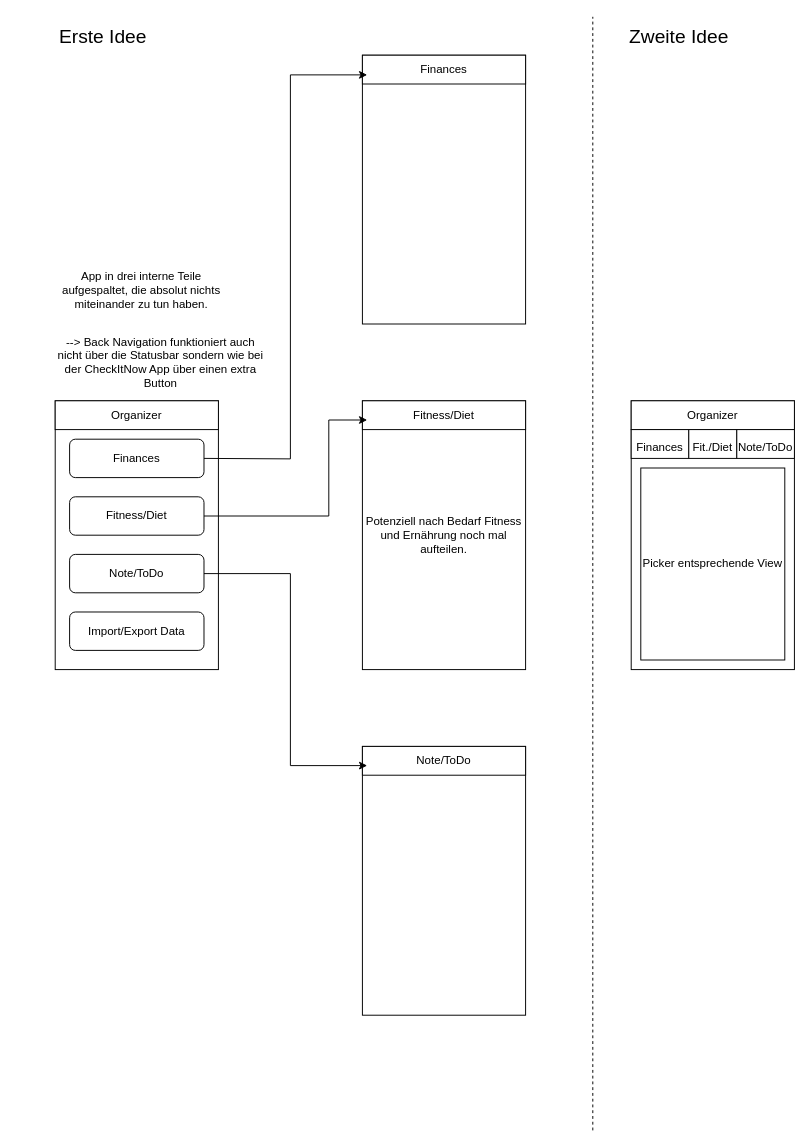
Earlier version of the draw.io diagram Organizer/StartOrganizer.drawio (CoffeePurrson/DrawFiles). Source tidied: cells renumbered, new cells numbered last; positions are measured from the earlier drawing's top-left corner, leaving out a move shared by most shapes. Both pictures are drawn from the tidied source at 96%, with x=0, y=0 at pixel (16, 16).
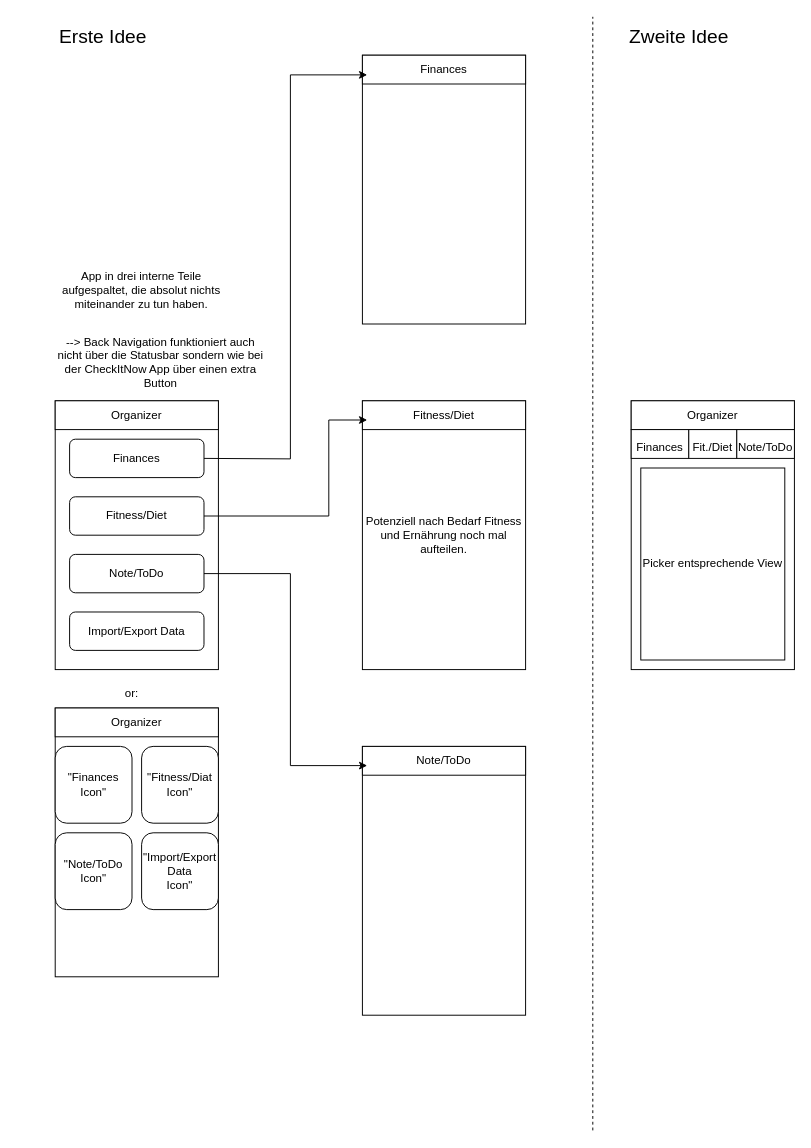
The same diagram, later.

Commit message (it also covers changes not shown here):
Added another possible start view

Diff of the diagram source:
```diff
@@
+    <mxCell id="28" style="rounded=0;whiteSpace=wrap;html=1;" parent="1" vertex="1">
+      <mxGeometry x="40" y="720" width="170" height="280" as="geometry" />
+    </mxCell>
+    <mxCell id="29" value="or:" style="text;html=1;strokeColor=none;fillColor=none;align=center;verticalAlign=middle;whiteSpace=wrap;rounded=0;" parent="1" vertex="1">
+      <mxGeometry x="90" y="690" width="60" height="30" as="geometry" />
+    </mxCell>
+    <mxCell id="30" value="Organizer" style="rounded=0;whiteSpace=wrap;html=1;" parent="1" vertex="1">
+      <mxGeometry x="40" y="720" width="170" height="30" as="geometry" />
+    </mxCell>
+    <mxCell id="31" value="&quot;Finances&lt;br&gt;Icon&quot;" style="rounded=1;whiteSpace=wrap;html=1;" parent="1" vertex="1">
+      <mxGeometry x="40" y="760" width="80" height="80" as="geometry" />
+    </mxCell>
+    <mxCell id="32" value="&quot;Fitness/Diat&lt;br&gt;Icon&quot;" style="rounded=1;whiteSpace=wrap;html=1;" parent="1" vertex="1">
+      <mxGeometry x="130" y="760" width="80" height="80" as="geometry" />
+    </mxCell>
+    <mxCell id="33" value="&quot;Note/ToDo&lt;br&gt;Icon&quot;" style="rounded=1;whiteSpace=wrap;html=1;" parent="1" vertex="1">
+      <mxGeometry x="40" y="850" width="80" height="80" as="geometry" />
+    </mxCell>
+    <mxCell id="34" value="&quot;Import/Export Data&lt;br&gt;Icon&quot;" style="rounded=1;whiteSpace=wrap;html=1;" parent="1" vertex="1">
+      <mxGeometry x="130" y="850" width="80" height="80" as="geometry" />
+    </mxCell>
```
